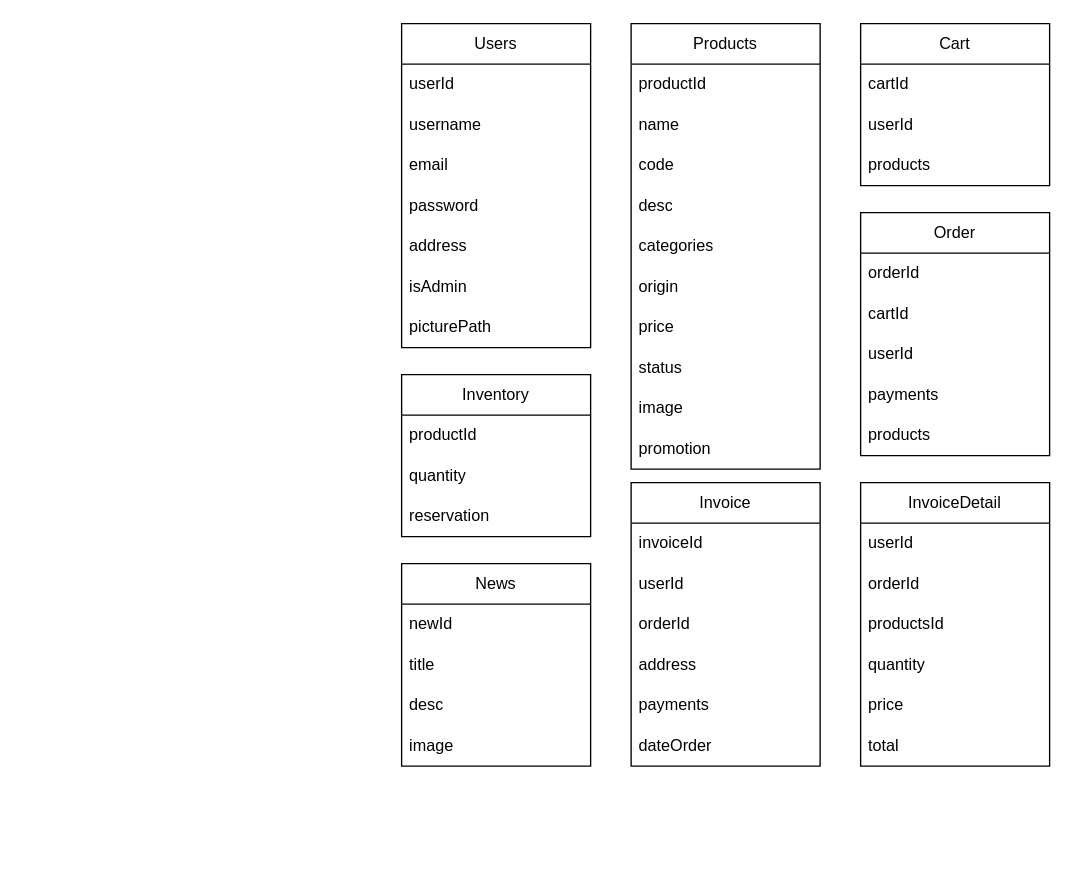
Midorry/cloneinsta keeps this draw.io diagram as client/public/assets/database.drawio. Above is the earlier version. Source tidied: cells renumbered, new cells numbered last; positions are measured from the earlier drawing's top-left corner, leaving out a move shared by most shapes. Both pictures are drawn from the tidied source at 135%, with x=0, y=0 at pixel (401, 23).
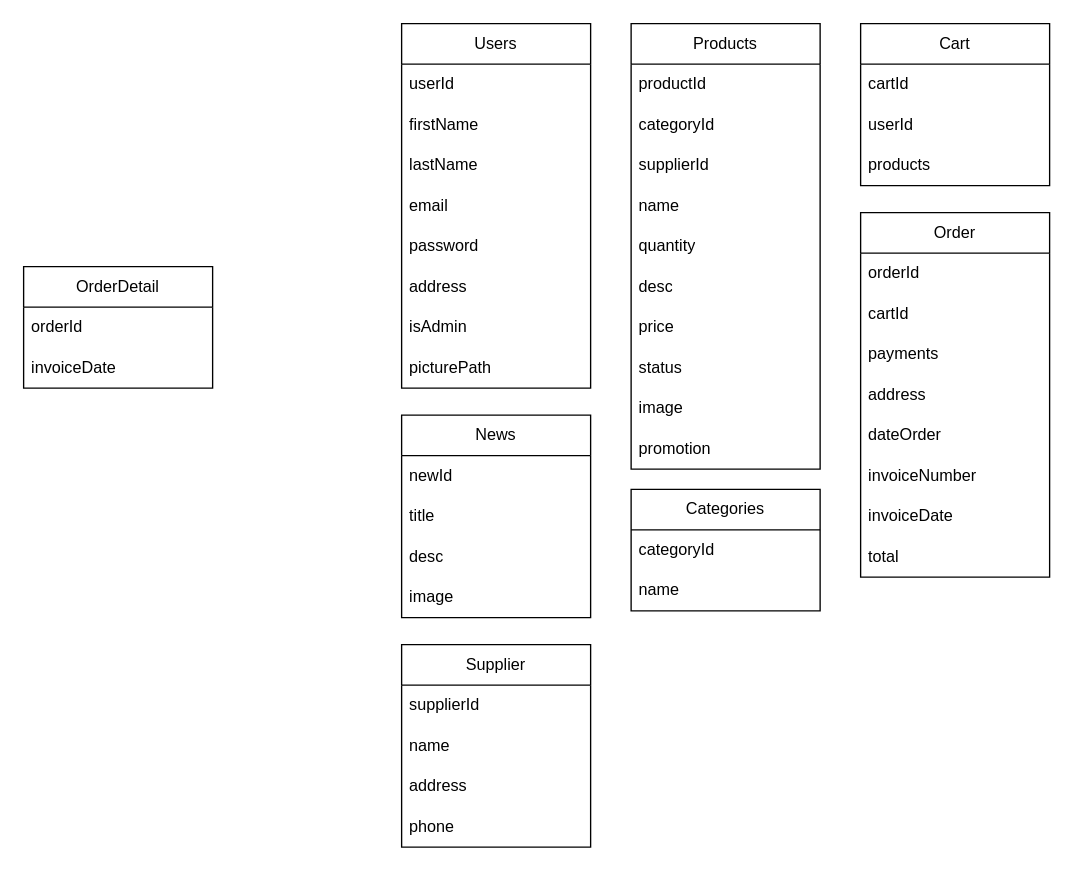
After the change.

Unchanged cells that the change refers to:
```xml
<mxCell id="10" value="Products" style="swimlane;fontStyle=0;horizontal=1;startSize=30;whiteSpace=wrap;html=1;" parent="1" vertex="1">
  <mxGeometry x="170" width="140" height="330" as="geometry" />
</mxCell>
```

Change to the diagram source:
```diff
@@
     <mxCell id="2" value="Users" style="swimlane;fontStyle=0;horizontal=1;startSize=30;whiteSpace=wrap;html=1;" parent="1" vertex="1">
-      <mxGeometry width="140" height="240" as="geometry" />
+      <mxGeometry width="140" height="270" as="geometry" />
     </mxCell>
@@
-    <mxCell id="4" value="username" style="text;strokeColor=none;fillColor=none;align=left;verticalAlign=middle;spacingLeft=4;spacingRight=4;overflow=hidden;whiteSpace=wrap;html=1;" parent="2" vertex="1">
+    <mxCell id="4" value="firstName" style="text;strokeColor=none;fillColor=none;align=left;verticalAlign=middle;spacingLeft=4;spacingRight=4;overflow=hidden;whiteSpace=wrap;html=1;" parent="2" vertex="1">
       <mxGeometry y="60" width="140" height="30" as="geometry" />
     </mxCell>
+    <mxCell id="54" value="lastName" style="text;strokeColor=none;fillColor=none;align=left;verticalAlign=middle;spacingLeft=4;spacingRight=4;overflow=hidden;whiteSpace=wrap;html=1;" parent="2" vertex="1">
+      <mxGeometry y="90" width="140" height="30" as="geometry" />
+    </mxCell>
     <mxCell id="5" value="email" style="text;strokeColor=none;fillColor=none;align=left;verticalAlign=middle;spacingLeft=4;spacingRight=4;overflow=hidden;whiteSpace=wrap;html=1;" parent="2" vertex="1">
-      <mxGeometry y="90" width="140" height="30" as="geometry" />
+      <mxGeometry y="120" width="140" height="30" as="geometry" />
     </mxCell>
     <mxCell id="6" value="password" style="text;strokeColor=none;fillColor=none;align=left;verticalAlign=middle;spacingLeft=4;spacingRight=4;overflow=hidden;whiteSpace=wrap;html=1;" parent="2" vertex="1">
-      <mxGeometry y="120" width="140" height="30" as="geometry" />
+      <mxGeometry y="150" width="140" height="30" as="geometry" />
     </mxCell>
     <mxCell id="7" value="address" style="text;strokeColor=none;fillColor=none;align=left;verticalAlign=middle;spacingLeft=4;spacingRight=4;overflow=hidden;whiteSpace=wrap;html=1;" parent="2" vertex="1">
-      <mxGeometry y="150" width="140" height="30" as="geometry" />
+      <mxGeometry y="180" width="140" height="30" as="geometry" />
     </mxCell>
     <mxCell id="8" value="isAdmin" style="text;strokeColor=none;fillColor=none;align=left;verticalAlign=middle;spacingLeft=4;spacingRight=4;overflow=hidden;whiteSpace=wrap;html=1;" parent="2" vertex="1">
-      <mxGeometry y="180" width="140" height="30" as="geometry" />
+      <mxGeometry y="210" width="140" height="30" as="geometry" />
     </mxCell>
     <mxCell id="9" value="picturePath" style="text;strokeColor=none;fillColor=none;align=left;verticalAlign=middle;spacingLeft=4;spacingRight=4;overflow=hidden;whiteSpace=wrap;html=1;" parent="2" vertex="1">
-      <mxGeometry y="210" width="140" height="30" as="geometry" />
+      <mxGeometry y="240" width="140" height="30" as="geometry" />
     </mxCell>
@@
+    <mxCell id="16" value="categoryId" style="text;strokeColor=none;fillColor=none;align=left;verticalAlign=middle;spacingLeft=4;spacingRight=4;overflow=hidden;whiteSpace=wrap;html=1;" parent="10" vertex="1">
+      <mxGeometry y="60" width="140" height="30" as="geometry" />
+    </mxCell>
+    <mxCell id="55" value="supplierId" style="text;strokeColor=none;fillColor=none;align=left;verticalAlign=middle;spacingLeft=4;spacingRight=4;overflow=hidden;whiteSpace=wrap;html=1;" parent="10" vertex="1">
+      <mxGeometry y="90" width="140" height="30" as="geometry" />
+    </mxCell>
     <mxCell id="12" value="name" style="text;strokeColor=none;fillColor=none;align=left;verticalAlign=middle;spacingLeft=4;spacingRight=4;overflow=hidden;whiteSpace=wrap;html=1;" parent="10" vertex="1">
-      <mxGeometry y="60" width="140" height="30" as="geometry" />
+      <mxGeometry y="120" width="140" height="30" as="geometry" />
     </mxCell>
-    <mxCell id="13" value="code" style="text;strokeColor=none;fillColor=none;align=left;verticalAlign=middle;spacingLeft=4;spacingRight=4;overflow=hidden;whiteSpace=wrap;html=1;" parent="10" vertex="1">
-      <mxGeometry y="90" width="140" height="30" as="geometry" />
+    <mxCell id="13" value="quantity" style="text;strokeColor=none;fillColor=none;align=left;verticalAlign=middle;spacingLeft=4;spacingRight=4;overflow=hidden;whiteSpace=wrap;html=1;" parent="10" vertex="1">
+      <mxGeometry y="150" width="140" height="30" as="geometry" />
     </mxCell>
     <mxCell id="14" value="desc" style="text;strokeColor=none;fillColor=none;align=left;verticalAlign=middle;spacingLeft=4;spacingRight=4;overflow=hidden;whiteSpace=wrap;html=1;" parent="10" vertex="1">
-      <mxGeometry y="120" width="140" height="30" as="geometry" />
+      <mxGeometry y="180" width="140" height="30" as="geometry" />
     </mxCell>
-    <mxCell id="15" value="categories" style="text;strokeColor=none;fillColor=none;align=left;verticalAlign=middle;spacingLeft=4;spacingRight=4;overflow=hidden;whiteSpace=wrap;html=1;" parent="10" vertex="1">
-      <mxGeometry y="150" width="140" height="30" as="geometry" />
-    </mxCell>
-    <mxCell id="16" value="origin" style="text;strokeColor=none;fillColor=none;align=left;verticalAlign=middle;spacingLeft=4;spacingRight=4;overflow=hidden;whiteSpace=wrap;html=1;" parent="10" vertex="1">
-      <mxGeometry y="180" width="140" height="30" as="geometry" />
-    </mxCell>
@@
     <mxCell id="25" value="Order" style="swimlane;fontStyle=0;horizontal=1;startSize=30;whiteSpace=wrap;html=1;" parent="1" vertex="1">
-      <mxGeometry x="340" y="140" width="140" height="180" as="geometry" />
+      <mxGeometry x="340" y="140" width="140" height="270" as="geometry" />
     </mxCell>
@@
-    <mxCell id="28" value="userId" style="text;strokeColor=none;fillColor=none;align=left;verticalAlign=middle;spacingLeft=4;spacingRight=4;overflow=hidden;whiteSpace=wrap;html=1;" parent="25" vertex="1">
-      <mxGeometry y="90" width="140" height="30" as="geometry" />
-    </mxCell>
     <mxCell id="29" value="payments" style="text;strokeColor=none;fillColor=none;align=left;verticalAlign=middle;spacingLeft=4;spacingRight=4;overflow=hidden;whiteSpace=wrap;html=1;" parent="25" vertex="1">
-      <mxGeometry y="120" width="140" height="30" as="geometry" />
+      <mxGeometry y="90" width="140" height="30" as="geometry" />
     </mxCell>
-    <mxCell id="30" value="products" style="text;strokeColor=none;fillColor=none;align=left;verticalAlign=middle;spacingLeft=4;spacingRight=4;overflow=hidden;whiteSpace=wrap;html=1;" parent="25" vertex="1">
-      <mxGeometry y="150" width="140" height="30" as="geometry" />
-    </mxCell>
+    <mxCell id="39" value="address" style="text;strokeColor=none;fillColor=none;align=left;verticalAlign=middle;spacingLeft=4;spacingRight=4;overflow=hidden;whiteSpace=wrap;html=1;" parent="25" vertex="1">
+      <mxGeometry y="120" width="140" height="30" as="geometry" />
+    </mxCell>
+    <mxCell id="41" value="dateOrder" style="text;strokeColor=none;fillColor=none;align=left;verticalAlign=middle;spacingLeft=4;spacingRight=4;overflow=hidden;whiteSpace=wrap;html=1;" parent="25" vertex="1">
+      <mxGeometry y="150" width="140" height="30" as="geometry" />
+    </mxCell>
+    <mxCell id="56" value="invoiceNumber" style="text;strokeColor=none;fillColor=none;align=left;verticalAlign=middle;spacingLeft=4;spacingRight=4;overflow=hidden;whiteSpace=wrap;html=1;" parent="25" vertex="1">
+      <mxGeometry y="180" width="140" height="30" as="geometry" />
+    </mxCell>
+    <mxCell id="57" value="invoiceDate" style="text;strokeColor=none;fillColor=none;align=left;verticalAlign=middle;spacingLeft=4;spacingRight=4;overflow=hidden;whiteSpace=wrap;html=1;" parent="25" vertex="1">
+      <mxGeometry y="210" width="140" height="30" as="geometry" />
+    </mxCell>
+    <mxCell id="48" value="total" style="text;strokeColor=none;fillColor=none;align=left;verticalAlign=middle;spacingLeft=4;spacingRight=4;overflow=hidden;whiteSpace=wrap;html=1;" parent="25" vertex="1">
+      <mxGeometry y="240" width="140" height="30" as="geometry" />
+    </mxCell>
-    <mxCell id="31" value="Inventory" style="swimlane;fontStyle=0;horizontal=1;startSize=30;whiteSpace=wrap;html=1;" parent="1" vertex="1">
-      <mxGeometry y="260" width="140" height="120" as="geometry" />
+    <mxCell id="31" value="Categories" style="swimlane;fontStyle=0;horizontal=1;startSize=30;whiteSpace=wrap;html=1;" parent="1" vertex="1">
+      <mxGeometry x="170" y="345" width="140" height="90" as="geometry" />
     </mxCell>
-    <mxCell id="32" value="productId" style="text;strokeColor=none;fillColor=none;align=left;verticalAlign=middle;spacingLeft=4;spacingRight=4;overflow=hidden;whiteSpace=wrap;html=1;" parent="31" vertex="1">
+    <mxCell id="32" value="categoryId" style="text;strokeColor=none;fillColor=none;align=left;verticalAlign=middle;spacingLeft=4;spacingRight=4;overflow=hidden;whiteSpace=wrap;html=1;" parent="31" vertex="1">
       <mxGeometry y="30" width="140" height="30" as="geometry" />
     </mxCell>
-    <mxCell id="33" value="quantity" style="text;strokeColor=none;fillColor=none;align=left;verticalAlign=middle;spacingLeft=4;spacingRight=4;overflow=hidden;whiteSpace=wrap;html=1;" parent="31" vertex="1">
+    <mxCell id="33" value="name" style="text;strokeColor=none;fillColor=none;align=left;verticalAlign=middle;spacingLeft=4;spacingRight=4;overflow=hidden;whiteSpace=wrap;html=1;" parent="31" vertex="1">
       <mxGeometry y="60" width="140" height="30" as="geometry" />
     </mxCell>
-    <mxCell id="34" value="reservation" style="text;strokeColor=none;fillColor=none;align=left;verticalAlign=middle;spacingLeft=4;spacingRight=4;overflow=hidden;whiteSpace=wrap;html=1;" parent="31" vertex="1">
-      <mxGeometry y="90" width="140" height="30" as="geometry" />
-    </mxCell>
-    <mxCell id="35" value="Invoice" style="swimlane;fontStyle=0;horizontal=1;startSize=30;whiteSpace=wrap;html=1;" parent="1" vertex="1">
-      <mxGeometry x="170" y="340" width="140" height="210" as="geometry" />
+    <mxCell id="35" value="Supplier" style="swimlane;fontStyle=0;horizontal=1;startSize=30;whiteSpace=wrap;html=1;" parent="1" vertex="1">
+      <mxGeometry y="460" width="140" height="150" as="geometry" />
     </mxCell>
-    <mxCell id="36" value="invoiceId" style="text;strokeColor=none;fillColor=none;align=left;verticalAlign=middle;spacingLeft=4;spacingRight=4;overflow=hidden;whiteSpace=wrap;html=1;" parent="35" vertex="1">
+    <mxCell id="36" value="supplierId" style="text;strokeColor=none;fillColor=none;align=left;verticalAlign=middle;spacingLeft=4;spacingRight=4;overflow=hidden;whiteSpace=wrap;html=1;" parent="35" vertex="1">
       <mxGeometry y="30" width="140" height="30" as="geometry" />
     </mxCell>
-    <mxCell id="37" value="userId" style="text;strokeColor=none;fillColor=none;align=left;verticalAlign=middle;spacingLeft=4;spacingRight=4;overflow=hidden;whiteSpace=wrap;html=1;" parent="35" vertex="1">
+    <mxCell id="37" value="name" style="text;strokeColor=none;fillColor=none;align=left;verticalAlign=middle;spacingLeft=4;spacingRight=4;overflow=hidden;whiteSpace=wrap;html=1;" parent="35" vertex="1">
       <mxGeometry y="60" width="140" height="30" as="geometry" />
     </mxCell>
-    <mxCell id="38" value="orderId" style="text;strokeColor=none;fillColor=none;align=left;verticalAlign=middle;spacingLeft=4;spacingRight=4;overflow=hidden;whiteSpace=wrap;html=1;" parent="35" vertex="1">
+    <mxCell id="38" value="address" style="text;strokeColor=none;fillColor=none;align=left;verticalAlign=middle;spacingLeft=4;spacingRight=4;overflow=hidden;whiteSpace=wrap;html=1;" parent="35" vertex="1">
       <mxGeometry y="90" width="140" height="30" as="geometry" />
     </mxCell>
-    <mxCell id="39" value="address" style="text;strokeColor=none;fillColor=none;align=left;verticalAlign=middle;spacingLeft=4;spacingRight=4;overflow=hidden;whiteSpace=wrap;html=1;" parent="35" vertex="1">
-      <mxGeometry y="120" width="140" height="30" as="geometry" />
-    </mxCell>
-    <mxCell id="40" value="payments" style="text;strokeColor=none;fillColor=none;align=left;verticalAlign=middle;spacingLeft=4;spacingRight=4;overflow=hidden;whiteSpace=wrap;html=1;" parent="35" vertex="1">
-      <mxGeometry y="150" width="140" height="30" as="geometry" />
+    <mxCell id="40" value="phone" style="text;strokeColor=none;fillColor=none;align=left;verticalAlign=middle;spacingLeft=4;spacingRight=4;overflow=hidden;whiteSpace=wrap;html=1;" parent="35" vertex="1">
+      <mxGeometry y="120" width="140" height="30" as="geometry" />
     </mxCell>
-    <mxCell id="41" value="dateOrder" style="text;strokeColor=none;fillColor=none;align=left;verticalAlign=middle;spacingLeft=4;spacingRight=4;overflow=hidden;whiteSpace=wrap;html=1;" parent="35" vertex="1">
-      <mxGeometry y="180" width="140" height="30" as="geometry" />
-    </mxCell>
-    <mxCell id="42" value="InvoiceDetail" style="swimlane;fontStyle=0;horizontal=1;startSize=30;whiteSpace=wrap;html=1;" parent="1" vertex="1">
-      <mxGeometry x="340" y="340" width="140" height="210" as="geometry" />
+    <mxCell id="42" value="OrderDetail" style="swimlane;fontStyle=0;horizontal=1;startSize=30;whiteSpace=wrap;html=1;" parent="1" vertex="1">
+      <mxGeometry x="-280" y="180" width="140" height="90" as="geometry" />
     </mxCell>
-    <mxCell id="43" value="userId" style="text;strokeColor=none;fillColor=none;align=left;verticalAlign=middle;spacingLeft=4;spacingRight=4;overflow=hidden;whiteSpace=wrap;html=1;" parent="42" vertex="1">
-      <mxGeometry y="30" width="140" height="30" as="geometry" />
-    </mxCell>
     <mxCell id="44" value="orderId" style="text;strokeColor=none;fillColor=none;align=left;verticalAlign=middle;spacingLeft=4;spacingRight=4;overflow=hidden;whiteSpace=wrap;html=1;" parent="42" vertex="1">
-      <mxGeometry y="60" width="140" height="30" as="geometry" />
+      <mxGeometry y="30" width="140" height="30" as="geometry" />
     </mxCell>
-    <mxCell id="45" value="productsId" style="text;strokeColor=none;fillColor=none;align=left;verticalAlign=middle;spacingLeft=4;spacingRight=4;overflow=hidden;whiteSpace=wrap;html=1;" parent="42" vertex="1">
-      <mxGeometry y="90" width="140" height="30" as="geometry" />
-    </mxCell>
-    <mxCell id="46" value="quantity" style="text;strokeColor=none;fillColor=none;align=left;verticalAlign=middle;spacingLeft=4;spacingRight=4;overflow=hidden;whiteSpace=wrap;html=1;" parent="42" vertex="1">
-      <mxGeometry y="120" width="140" height="30" as="geometry" />
-    </mxCell>
-    <mxCell id="47" value="price" style="text;strokeColor=none;fillColor=none;align=left;verticalAlign=middle;spacingLeft=4;spacingRight=4;overflow=hidden;whiteSpace=wrap;html=1;" parent="42" vertex="1">
-      <mxGeometry y="150" width="140" height="30" as="geometry" />
-    </mxCell>
-    <mxCell id="48" value="total" style="text;strokeColor=none;fillColor=none;align=left;verticalAlign=middle;spacingLeft=4;spacingRight=4;overflow=hidden;whiteSpace=wrap;html=1;" parent="42" vertex="1">
-      <mxGeometry y="180" width="140" height="30" as="geometry" />
-    </mxCell>
+    <mxCell id="58" value="invoiceDate" style="text;strokeColor=none;fillColor=none;align=left;verticalAlign=middle;spacingLeft=4;spacingRight=4;overflow=hidden;whiteSpace=wrap;html=1;" parent="42" vertex="1">
+      <mxGeometry y="60" width="140" height="30" as="geometry" />
+    </mxCell>
     <mxCell id="49" value="News" style="swimlane;fontStyle=0;horizontal=1;startSize=30;whiteSpace=wrap;html=1;" parent="1" vertex="1">
-      <mxGeometry y="400" width="140" height="150" as="geometry" />
+      <mxGeometry y="290" width="140" height="150" as="geometry" />
     </mxCell>
```
